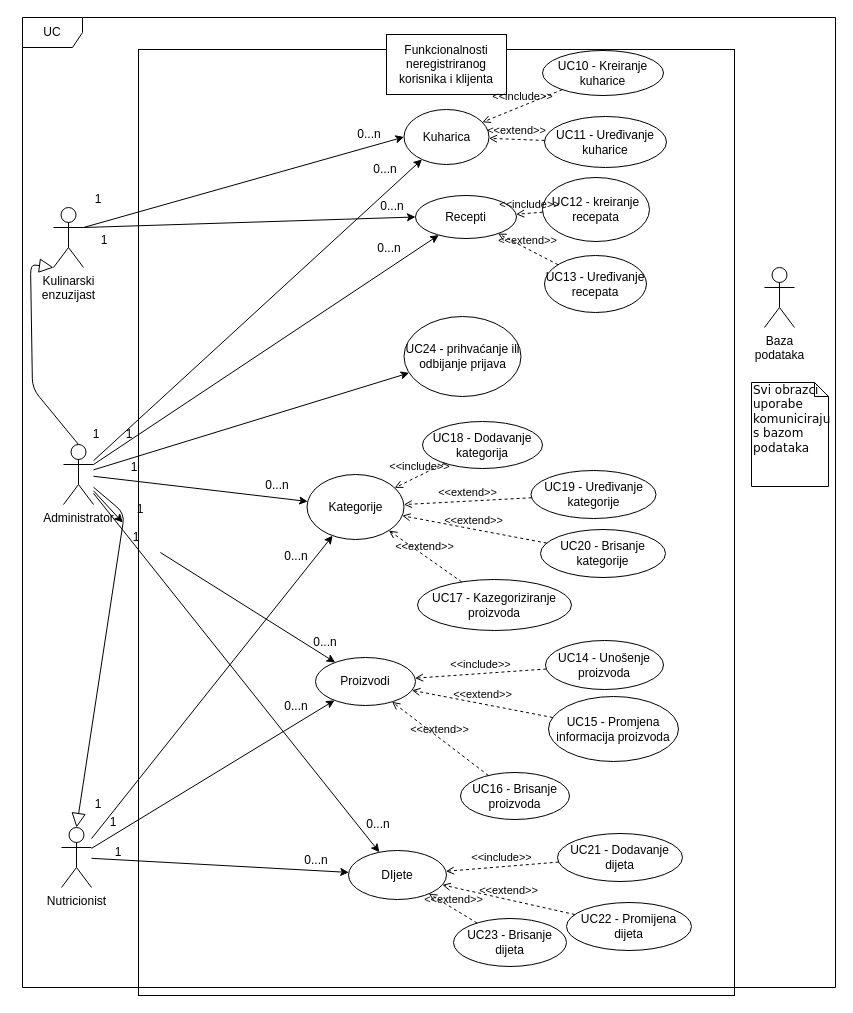
Earlier version of the draw.io diagram Dokumentacija/dijagrami/DijagramObrazacaUporabeKulinarskogEntuzijastaINutricionista.drawio (glatkobrasno/wall-e-zohari). Source tidied: cells renumbered, new cells numbered last; positions are measured from the earlier drawing's top-left corner, leaving out a move shared by most shapes. Both pictures are drawn from the tidied source at 100%, with x=0, y=0 at pixel (22, 17).
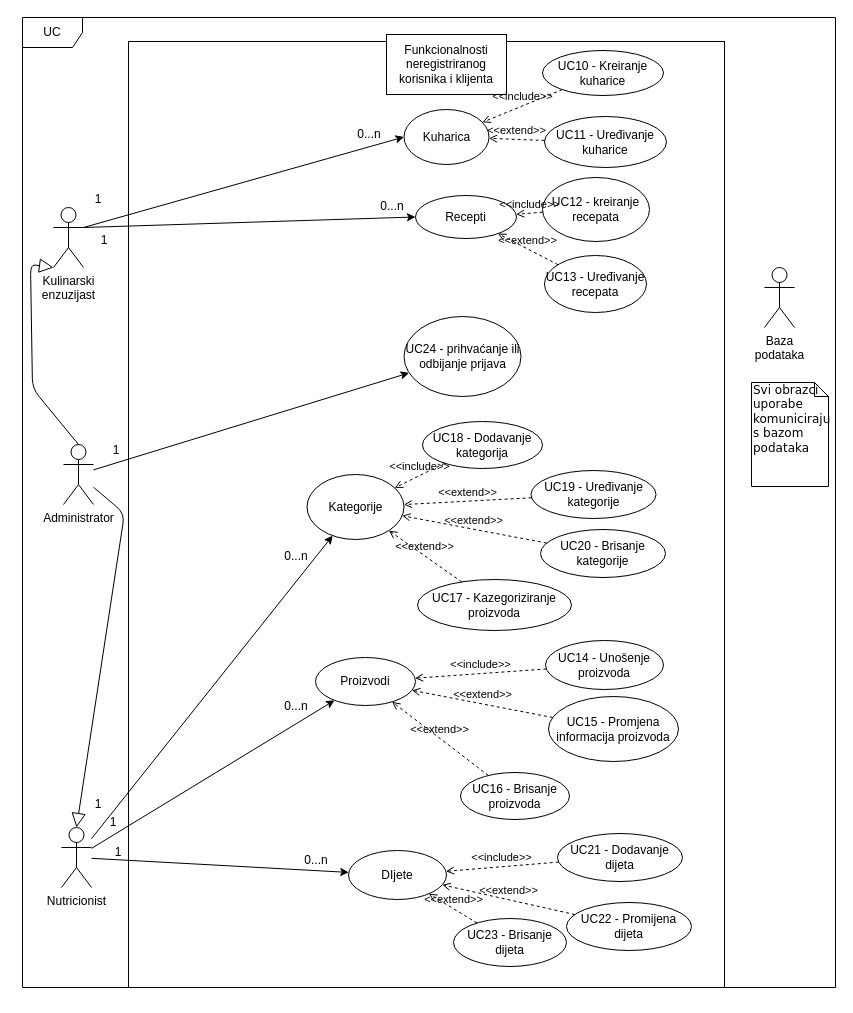
The same diagram, later.

Unchanged cells that the change refers to:
```xml
<mxCell id="8" value="Kuharica" style="ellipse;whiteSpace=wrap;html=1;" parent="1" vertex="1">
  <mxGeometry x="381.5" y="92" width="85" height="55" as="geometry" />
</mxCell>
<mxCell id="12" value="Recepti" style="ellipse;whiteSpace=wrap;html=1;" parent="1" vertex="1">
  <mxGeometry x="393" y="178" width="101" height="43" as="geometry" />
</mxCell>
<mxCell id="16" value="Administrator" style="shape=umlActor;verticalLabelPosition=bottom;verticalAlign=top;html=1;outlineConnect=0;" parent="1" vertex="1">
  <mxGeometry x="41" y="427" width="30" height="60" as="geometry" />
</mxCell>
<mxCell id="23" value="Proizvodi" style="ellipse;whiteSpace=wrap;html=1;" parent="1" vertex="1">
  <mxGeometry x="293" y="640" width="100" height="48" as="geometry" />
</mxCell>
<mxCell id="24" value="Kategorije" style="ellipse;whiteSpace=wrap;html=1;" parent="1" vertex="1">
  <mxGeometry x="284.5" y="457" width="97" height="65" as="geometry" />
</mxCell>
<mxCell id="25" value="DIjete" style="ellipse;whiteSpace=wrap;html=1;" parent="1" vertex="1">
  <mxGeometry x="326" y="833" width="98" height="49" as="geometry" />
</mxCell>
```

The edit, as a diff of the source:
```diff
@@
     <mxCell id="2" style="html=1;whiteSpace=wrap;" parent="1" vertex="1">
-      <mxGeometry x="116" y="32" width="596" height="946" as="geometry" />
+      <mxGeometry x="106" y="24" width="596" height="946" as="geometry" />
     </mxCell>
@@
-    <mxCell id="21" style="endArrow=classic;html=1;" parent="1" edge="1" source="16" target="8">
-      <mxGeometry relative="1" as="geometry" />
-    </mxCell>
-    <mxCell id="22" style="endArrow=classic;html=1;" parent="1" edge="1" source="16" target="12">
-      <mxGeometry relative="1" as="geometry" />
-    </mxCell>
@@
-    <mxCell id="36" style="endArrow=classic;html=1;" parent="1" edge="1" source="16" target="24">
-      <mxGeometry relative="1" as="geometry" />
-    </mxCell>
-    <mxCell id="37" style="endArrow=classic;html=1;" parent="1" edge="1" source="64" target="23">
-      <mxGeometry relative="1" as="geometry" />
-    </mxCell>
-    <mxCell id="38" style="endArrow=classic;html=1;" parent="1" edge="1" source="16" target="25">
-      <mxGeometry relative="1" as="geometry" />
-    </mxCell>
@@
-    <mxCell id="59" value="1" style="text;html=1;strokeColor=none;fillColor=none;align=center;verticalAlign=middle;whiteSpace=wrap;rounded=0;" parent="1" vertex="1">
-      <mxGeometry x="44" y="402" width="60" height="30" as="geometry" />
-    </mxCell>
     <mxCell id="60" value="1" style="text;html=1;strokeColor=none;fillColor=none;align=center;verticalAlign=middle;whiteSpace=wrap;rounded=0;" parent="1" vertex="1">
-      <mxGeometry x="77" y="402" width="60" height="30" as="geometry" />
+      <mxGeometry x="64" y="418" width="60" height="30" as="geometry" />
     </mxCell>
-    <mxCell id="61" value="1" style="text;html=1;strokeColor=none;fillColor=none;align=center;verticalAlign=middle;whiteSpace=wrap;rounded=0;" parent="1" vertex="1">
-      <mxGeometry x="82" y="435" width="60" height="30" as="geometry" />
-    </mxCell>
-    <mxCell id="62" value="1" style="text;html=1;strokeColor=none;fillColor=none;align=center;verticalAlign=middle;whiteSpace=wrap;rounded=0;" parent="1" vertex="1">
-      <mxGeometry x="88" y="477" width="60" height="30" as="geometry" />
-    </mxCell>
-    <mxCell id="63" style="endArrow=classic;html=1;" parent="1" edge="1" source="16" target="64">
-      <mxGeometry relative="1" as="geometry" />
-    </mxCell>
-    <mxCell id="64" value="1" style="text;html=1;strokeColor=none;fillColor=none;align=center;verticalAlign=middle;whiteSpace=wrap;rounded=0;" parent="1" vertex="1">
-      <mxGeometry x="84" y="505" width="60" height="30" as="geometry" />
-    </mxCell>
@@
-    <mxCell id="69" value="0...n&lt;br&gt;" style="text;html=1;strokeColor=none;fillColor=none;align=center;verticalAlign=middle;whiteSpace=wrap;rounded=0;" parent="1" vertex="1">
-      <mxGeometry x="333" y="137" width="60" height="30" as="geometry" />
-    </mxCell>
@@
-    <mxCell id="71" value="0...n&lt;br&gt;" style="text;html=1;strokeColor=none;fillColor=none;align=center;verticalAlign=middle;whiteSpace=wrap;rounded=0;" parent="1" vertex="1">
-      <mxGeometry x="337" y="216" width="60" height="30" as="geometry" />
-    </mxCell>
-    <mxCell id="72" value="0...n&lt;br&gt;" style="text;html=1;strokeColor=none;fillColor=none;align=center;verticalAlign=middle;whiteSpace=wrap;rounded=0;" parent="1" vertex="1">
-      <mxGeometry x="224.5" y="453" width="60" height="30" as="geometry" />
-    </mxCell>
@@
-    <mxCell id="74" value="0...n&lt;br&gt;" style="text;html=1;strokeColor=none;fillColor=none;align=center;verticalAlign=middle;whiteSpace=wrap;rounded=0;" parent="1" vertex="1">
-      <mxGeometry x="273" y="610" width="60" height="30" as="geometry" />
-    </mxCell>
@@
-    <mxCell id="76" value="0...n&lt;br&gt;" style="text;html=1;strokeColor=none;fillColor=none;align=center;verticalAlign=middle;whiteSpace=wrap;rounded=0;" parent="1" vertex="1">
-      <mxGeometry x="326" y="792" width="60" height="30" as="geometry" />
-    </mxCell>
```
